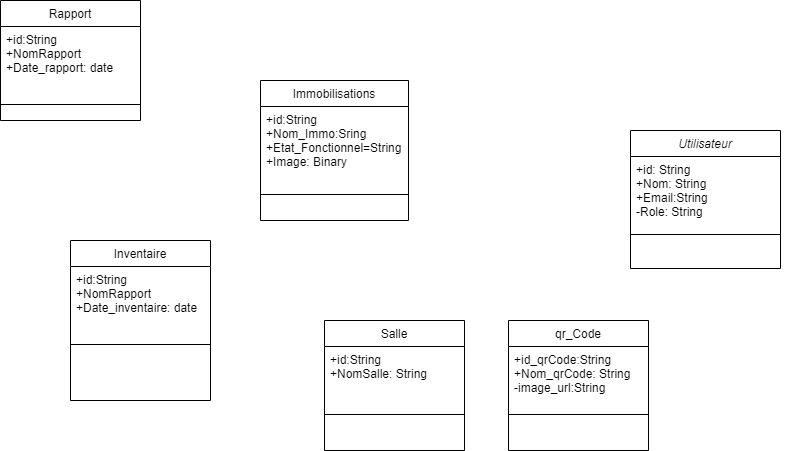
Before: Diagramme de classe1.drawio.png, a diagram exported from draw.io (Joahnne-25/Folder_Diagramme-soutenance). Source tidied: cells renumbered, new cells last; positions are measured from the earlier drawing's top-left corner, leaving out a move shared by most shapes.
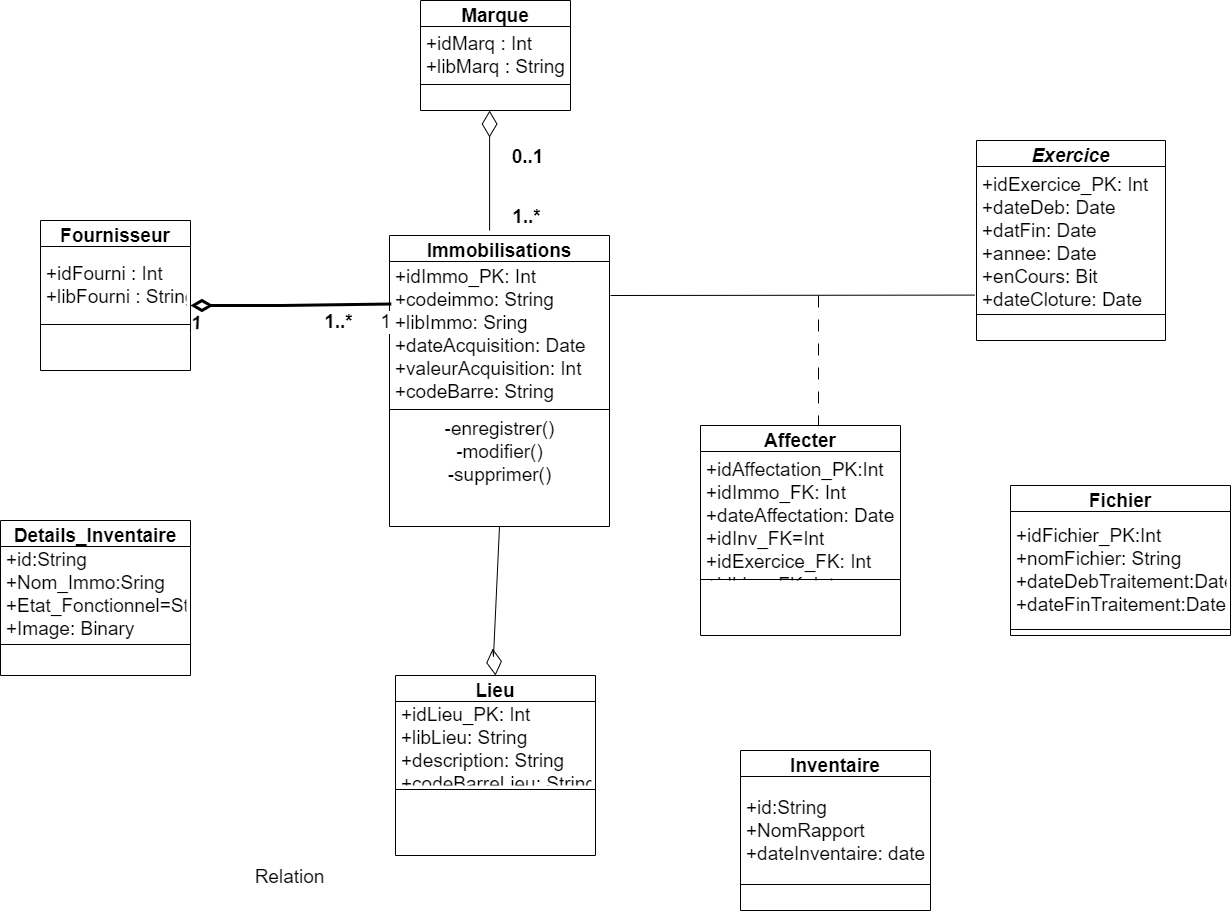
After the commit.

The edit, as a diff of the source:
```diff
@@ -2,62 +2,140 @@
   <root>
     <mxCell id="0" />
     <mxCell id="1" parent="0" />
-    <mxCell id="2" value="Utilisateur" style="swimlane;fontStyle=2;align=center;verticalAlign=top;horizontal=1;startSize=26;rounded=0;shadow=0;strokeWidth=1;" parent="1" vertex="1">
-      <mxGeometry x="630" y="130" width="150" height="138" as="geometry" />
+    <mxCell id="2" value="Exercice" style="swimlane;fontStyle=3;align=center;verticalAlign=middle;horizontal=1;startSize=26;rounded=0;shadow=0;strokeWidth=1;fontSize=19;" parent="1" vertex="1">
+      <mxGeometry x="1126" y="120" width="189" height="200" as="geometry" />
     </mxCell>
-    <mxCell id="3" value="+id: String&#10;+Nom: String&#10;+Email:String&#10;-Role: String" style="text;align=left;verticalAlign=top;spacingLeft=4;spacingRight=4;overflow=hidden;points=[[0,0.5],[1,0.5]];portConstraint=eastwest;" parent="2" vertex="1">
-      <mxGeometry y="26" width="150" height="74" as="geometry" />
+    <mxCell id="3" value="+idExercice_PK: Int&#10;+dateDeb: Date&#10;+datFin: Date&#10;+annee: Date&#10;+enCours: Bit&#10;+dateCloture: Date&#10;" style="text;align=left;verticalAlign=top;spacingLeft=4;spacingRight=4;overflow=hidden;points=[[0,0.5],[1,0.5]];portConstraint=eastwest;fontSize=19;" parent="2" vertex="1">
+      <mxGeometry y="26" width="189" height="144" as="geometry" />
     </mxCell>
+    <mxCell id="5" style="edgeStyle=orthogonalEdgeStyle;rounded=0;orthogonalLoop=1;jettySize=auto;html=1;exitX=1;exitY=0.5;exitDx=0;exitDy=0;fontSize=19;verticalAlign=middle;" parent="2" edge="1" source="3" target="3">
+      <mxGeometry relative="1" as="geometry" />
+    </mxCell>
-    <mxCell id="4" style="line;html=1;strokeWidth=1;align=left;verticalAlign=middle;spacingTop=-1;spacingLeft=3;spacingRight=3;labelPosition=right;" parent="2" vertex="1">
-      <mxGeometry y="100" width="150" height="8" as="geometry" />
+    <mxCell id="4" style="line;html=1;strokeWidth=1;align=left;verticalAlign=middle;spacingTop=-1;spacingLeft=3;spacingRight=3;labelPosition=right;fontSize=19;" parent="2" vertex="1">
+      <mxGeometry y="170" width="189" height="8" as="geometry" />
     </mxCell>
-    <mxCell id="5" style="edgeStyle=orthogonalEdgeStyle;rounded=0;orthogonalLoop=1;jettySize=auto;html=1;exitX=1;exitY=0.5;exitDx=0;exitDy=0;" parent="2" edge="1" source="3" target="3">
-      <mxGeometry relative="1" as="geometry" />
-    </mxCell>
-    <mxCell id="6" value="Rapport" style="swimlane;fontStyle=0;align=center;verticalAlign=top;horizontal=1;startSize=26;rounded=0;shadow=0;strokeWidth=1;" parent="1" vertex="1">
-      <mxGeometry width="140" height="120" as="geometry" />
+    <mxCell id="6" value="Marque" style="swimlane;fontStyle=1;align=center;verticalAlign=middle;horizontal=1;startSize=26;rounded=0;shadow=0;strokeWidth=1;fontSize=19;" parent="1" vertex="1">
+      <mxGeometry x="570" y="-20" width="150" height="110" as="geometry" />
     </mxCell>
-    <mxCell id="7" value="+id:String&#10;+NomRapport&#10;+Date_rapport: date" style="text;align=left;verticalAlign=top;spacingLeft=4;spacingRight=4;overflow=hidden;" parent="6" vertex="1">
-      <mxGeometry y="26" width="140" height="74" as="geometry" />
+    <mxCell id="7" value="+idMarq : Int&#10;+libMarq : String" style="text;align=left;verticalAlign=middle;spacingLeft=4;spacingRight=4;overflow=hidden;fontSize=19;" parent="6" vertex="1">
+      <mxGeometry y="26" width="150" height="54" as="geometry" />
     </mxCell>
-    <mxCell id="8" style="line;html=1;strokeWidth=1;align=left;verticalAlign=middle;spacingTop=-1;spacingLeft=3;spacingRight=3;labelPosition=right;" parent="6" vertex="1">
-      <mxGeometry y="100" width="140" height="8" as="geometry" />
+    <mxCell id="8" style="line;html=1;strokeWidth=1;align=left;verticalAlign=middle;spacingTop=-1;spacingLeft=3;spacingRight=3;labelPosition=right;fontSize=19;" parent="6" vertex="1">
+      <mxGeometry y="80" width="150" height="8" as="geometry" />
     </mxCell>
-    <mxCell id="9" value="Salle" style="swimlane;fontStyle=0;align=center;verticalAlign=top;horizontal=1;startSize=26;rounded=0;shadow=0;strokeWidth=1;" parent="1" vertex="1">
-      <mxGeometry x="324" y="320" width="140" height="130" as="geometry" />
+    <mxCell id="9" value="Lieu" style="swimlane;fontStyle=1;align=center;verticalAlign=middle;horizontal=1;startSize=26;rounded=0;shadow=0;strokeWidth=1;fontSize=19;" parent="1" vertex="1">
+      <mxGeometry x="545" y="655" width="200" height="180" as="geometry" />
     </mxCell>
-    <mxCell id="10" value="+id:String&#10;+NomSalle: String" style="text;align=left;verticalAlign=top;spacingLeft=4;spacingRight=4;overflow=hidden;" parent="9" vertex="1">
-      <mxGeometry y="26" width="140" height="64" as="geometry" />
+    <mxCell id="10" value="+idLieu_PK: Int&#10;+libLieu: String&#10;+description: String&#10;+codeBarreLieu: String" style="text;align=left;verticalAlign=middle;spacingLeft=4;spacingRight=4;overflow=hidden;fontSize=19;" parent="9" vertex="1">
+      <mxGeometry y="26" width="200" height="84" as="geometry" />
     </mxCell>
-    <mxCell id="11" style="line;html=1;strokeWidth=1;align=left;verticalAlign=middle;spacingTop=-1;spacingLeft=3;spacingRight=3;labelPosition=right;" parent="9" vertex="1">
-      <mxGeometry y="90" width="140" height="8" as="geometry" />
+    <mxCell id="11" style="line;html=1;strokeWidth=1;align=left;verticalAlign=middle;spacingTop=-1;spacingLeft=3;spacingRight=3;labelPosition=right;fontSize=19;" parent="9" vertex="1">
+      <mxGeometry y="110" width="200" height="8" as="geometry" />
     </mxCell>
-    <mxCell id="12" value="Immobilisations" style="swimlane;fontStyle=0;align=center;verticalAlign=top;horizontal=1;startSize=26;rounded=0;shadow=0;strokeWidth=1;" parent="1" vertex="1">
-      <mxGeometry x="260" y="80" width="148" height="140" as="geometry" />
+    <mxCell id="12" value="Immobilisations" style="swimlane;fontStyle=1;align=center;verticalAlign=middle;horizontal=1;startSize=26;rounded=0;shadow=0;strokeWidth=1;fontSize=19;" parent="1" vertex="1">
+      <mxGeometry x="539" y="215" width="220" height="291" as="geometry" />
     </mxCell>
-    <mxCell id="13" value="+id:String&#10;+Nom_Immo:Sring&#10;+Etat_Fonctionnel=String&#10;+Image: Binary&#10;&#10;" style="text;align=left;verticalAlign=top;spacingLeft=4;spacingRight=4;overflow=hidden;points=[[0,0.5],[1,0.5]];portConstraint=eastwest;" parent="12" vertex="1">
-      <mxGeometry y="26" width="148" height="84" as="geometry" />
+    <mxCell id="13" value="+idImmo_PK: Int&#10;+codeimmo: String&#10;+libImmo: Sring&#10;+dateAcquisition: Date&#10;+valeurAcquisition: Int&#10;+codeBarre: String&#10;&#10;&#10;" style="text;align=left;verticalAlign=middle;spacingLeft=4;spacingRight=4;overflow=hidden;points=[[0,0.5],[1,0.5]];portConstraint=eastwest;fontSize=19;spacingTop=2;" parent="12" vertex="1">
+      <mxGeometry y="26" width="220" height="144" as="geometry" />
     </mxCell>
-    <mxCell id="14" style="line;html=1;strokeWidth=1;align=left;verticalAlign=middle;spacingTop=-1;spacingLeft=3;spacingRight=3;labelPosition=right;" parent="12" vertex="1">
-      <mxGeometry y="110" width="148" height="8" as="geometry" />
+    <mxCell id="14" style="line;html=1;strokeWidth=1;align=left;verticalAlign=middle;spacingTop=-1;spacingLeft=3;spacingRight=3;labelPosition=right;fontSize=19;" parent="12" vertex="1">
+      <mxGeometry y="170" width="220" height="8" as="geometry" />
     </mxCell>
+    <mxCell id="21" value="&lt;font style=&quot;font-size: 19px;&quot;&gt;-enregistrer()&lt;br style=&quot;font-size: 19px;&quot;&gt;-modifier()&lt;br style=&quot;font-size: 19px;&quot;&gt;-supprimer()&lt;br style=&quot;font-size: 19px;&quot;&gt;&lt;/font&gt;" style="text;html=1;align=center;verticalAlign=middle;strokeColor=none;fillColor=none;fontSize=19;" parent="12" vertex="1">
+      <mxGeometry y="178" width="220" height="78" as="geometry" />
+    </mxCell>
-    <mxCell id="15" value="qr_Code" style="swimlane;fontStyle=0;align=center;verticalAlign=top;horizontal=1;startSize=26;rounded=0;shadow=0;strokeWidth=1;" parent="1" vertex="1">
-      <mxGeometry x="508" y="320" width="140" height="130" as="geometry" />
+    <mxCell id="15" value="Fichier" style="swimlane;fontStyle=1;align=center;verticalAlign=middle;horizontal=1;startSize=26;rounded=0;shadow=0;strokeWidth=1;fontSize=19;" parent="1" vertex="1">
+      <mxGeometry x="1160" y="465" width="220" height="150" as="geometry" />
     </mxCell>
-    <mxCell id="16" value="+id_qrCode:String&#10;+Nom_qrCode: String&#10;-image_url:String" style="text;align=left;verticalAlign=top;spacingLeft=4;spacingRight=4;overflow=hidden;" parent="15" vertex="1">
-      <mxGeometry y="26" width="140" height="64" as="geometry" />
+    <mxCell id="16" value="+idFichier_PK:Int&#10;+nomFichier: String&#10;+dateDebTraitement:Date&#10;+dateFinTraitement:Date" style="text;align=left;verticalAlign=middle;spacingLeft=4;spacingRight=4;overflow=hidden;fontSize=19;" parent="15" vertex="1">
+      <mxGeometry y="26" width="220" height="114" as="geometry" />
     </mxCell>
-    <mxCell id="17" style="line;html=1;strokeWidth=1;align=left;verticalAlign=middle;spacingTop=-1;spacingLeft=3;spacingRight=3;labelPosition=right;" parent="15" vertex="1">
-      <mxGeometry y="90" width="140" height="8" as="geometry" />
+    <mxCell id="17" style="line;html=1;strokeWidth=1;align=left;verticalAlign=middle;spacingTop=-1;spacingLeft=3;spacingRight=3;labelPosition=right;fontSize=19;" parent="15" vertex="1">
+      <mxGeometry y="140" width="220" height="8" as="geometry" />
     </mxCell>
-    <mxCell id="18" value="Inventaire" style="swimlane;fontStyle=0;align=center;verticalAlign=top;horizontal=1;startSize=26;rounded=0;shadow=0;strokeWidth=1;" parent="1" vertex="1">
-      <mxGeometry x="70" y="240" width="140" height="160" as="geometry" />
+    <mxCell id="18" value="Inventaire" style="swimlane;fontStyle=1;align=center;verticalAlign=middle;horizontal=1;startSize=26;rounded=0;shadow=0;strokeWidth=1;fontSize=19;" parent="1" vertex="1">
+      <mxGeometry x="890" y="730" width="190" height="160" as="geometry" />
     </mxCell>
-    <mxCell id="19" value="+id:String&#10;+NomRapport&#10;+Date_inventaire: date" style="text;align=left;verticalAlign=top;spacingLeft=4;spacingRight=4;overflow=hidden;" parent="18" vertex="1">
-      <mxGeometry y="26" width="140" height="74" as="geometry" />
+    <mxCell id="19" value="+id:String&#10;+NomRapport&#10;+dateInventaire: date" style="text;align=left;verticalAlign=middle;spacingLeft=4;spacingRight=4;overflow=hidden;fontSize=19;" parent="18" vertex="1">
+      <mxGeometry y="26" width="190" height="104" as="geometry" />
     </mxCell>
-    <mxCell id="20" style="line;html=1;strokeWidth=1;align=left;verticalAlign=middle;spacingTop=-1;spacingLeft=3;spacingRight=3;labelPosition=right;" parent="18" vertex="1">
-      <mxGeometry y="100" width="140" height="8" as="geometry" />
+    <mxCell id="20" style="line;html=1;strokeWidth=1;align=left;verticalAlign=middle;spacingTop=-1;spacingLeft=3;spacingRight=3;labelPosition=right;fontSize=19;" parent="18" vertex="1">
+      <mxGeometry y="130" width="190" height="8" as="geometry" />
     </mxCell>
+    <mxCell id="22" value="Details_Inventaire" style="swimlane;fontStyle=1;align=center;verticalAlign=middle;horizontal=1;startSize=26;rounded=0;shadow=0;strokeWidth=1;fontSize=19;" parent="1" vertex="1">
+      <mxGeometry x="150" y="500" width="190" height="155" as="geometry" />
+    </mxCell>
+    <mxCell id="23" value="+id:String&#10;+Nom_Immo:Sring&#10;+Etat_Fonctionnel=String&#10;+Image: Binary&#10;&#10;" style="text;align=left;verticalAlign=middle;spacingLeft=4;spacingRight=4;overflow=hidden;fontSize=19;" parent="22" vertex="1">
+      <mxGeometry y="26" width="190" height="94" as="geometry" />
+    </mxCell>
+    <mxCell id="24" style="line;html=1;strokeWidth=1;align=left;verticalAlign=middle;spacingTop=-1;spacingLeft=3;spacingRight=3;labelPosition=right;fontSize=19;" parent="22" vertex="1">
+      <mxGeometry y="120" width="190" height="8" as="geometry" />
+    </mxCell>
+    <mxCell id="25" value="Affecter" style="swimlane;fontStyle=1;align=center;verticalAlign=middle;horizontal=1;startSize=26;rounded=0;shadow=0;strokeWidth=1;fontSize=19;" parent="1" vertex="1">
+      <mxGeometry x="850" y="405" width="200" height="210" as="geometry" />
+    </mxCell>
+    <mxCell id="26" value="+idAffectation_PK:Int&#10;+idImmo_FK: Int&#10;+dateAffectation: Date&#10;+idInv_FK=Int&#10;+idExercice_FK: Int&#10;+idLieu_FK: Int&#10;&#10;&#10;" style="text;align=left;verticalAlign=top;spacingLeft=4;spacingRight=4;overflow=hidden;fontSize=19;" parent="25" vertex="1">
+      <mxGeometry y="26" width="200" height="124" as="geometry" />
+    </mxCell>
+    <mxCell id="27" style="line;html=1;strokeWidth=1;align=left;verticalAlign=middle;spacingTop=-1;spacingLeft=3;spacingRight=3;labelPosition=right;fontSize=19;" parent="25" vertex="1">
+      <mxGeometry y="150" width="200" height="8" as="geometry" />
+    </mxCell>
+    <mxCell id="28" value="Fournisseur" style="swimlane;fontStyle=1;align=center;verticalAlign=middle;horizontal=1;startSize=26;rounded=0;shadow=0;strokeWidth=1;fontSize=19;" parent="1" vertex="1">
+      <mxGeometry x="190" y="200" width="150" height="150" as="geometry" />
+    </mxCell>
+    <mxCell id="29" value="+idFourni : Int&#10;+libFourni : String" style="text;align=left;verticalAlign=middle;spacingLeft=4;spacingRight=4;overflow=hidden;fontSize=19;" parent="28" vertex="1">
+      <mxGeometry y="26" width="150" height="74" as="geometry" />
+    </mxCell>
+    <mxCell id="30" style="line;html=1;strokeWidth=1;align=left;verticalAlign=middle;spacingTop=-1;spacingLeft=3;spacingRight=3;labelPosition=right;fontSize=19;" parent="28" vertex="1">
+      <mxGeometry y="100" width="150" height="8" as="geometry" />
+    </mxCell>
+    <mxCell id="31" style="endArrow=diamondThin;endFill=0;endSize=24;html=1;rounded=0;horizontal=1;strokeColor=#000000;fontSize=19;fontStyle=1;" parent="1" edge="1">
+      <mxGeometry relative="1" as="geometry">
+        <mxPoint x="639.1" y="210" as="sourcePoint" />
+        <mxPoint x="639.1" y="90" as="targetPoint" />
+      </mxGeometry>
+    </mxCell>
+    <mxCell id="32" style="endArrow=diamondThin;endFill=0;endSize=24;html=1;rounded=0;entryX=0.5;entryY=0;entryDx=0;entryDy=0;exitX=0.5;exitY=1;exitDx=0;exitDy=0;strokeColor=#000000;fontSize=19;" parent="1" edge="1" source="12" target="9">
+      <mxGeometry relative="1" as="geometry">
+        <Array as="points">
+          <mxPoint x="643" y="636" />
+        </Array>
+      </mxGeometry>
+    </mxCell>
+    <mxCell id="33" value="Relation" style="endArrow=none;html=1;endSize=12;startArrow=diamondThin;startSize=14;startFill=0;edgeStyle=orthogonalEdgeStyle;rounded=0;entryX=0.008;entryY=0.296;entryDx=0;entryDy=0;entryPerimeter=0;endFill=0;strokeWidth=3;fontSize=19;" parent="1" edge="1" target="13">
+      <mxGeometry x="-0.08" y="-572" relative="1" as="geometry">
+        <mxPoint x="340" y="285" as="sourcePoint" />
+        <Array as="points">
+          <mxPoint x="431" y="284" />
+        </Array>
+        <mxPoint x="-1" as="offset" />
+      </mxGeometry>
+    </mxCell>
+    <mxCell id="34" value="&lt;font style=&quot;font-size: 19px;&quot;&gt;1&amp;nbsp;&lt;/font&gt;" style="edgeLabel;html=1;align=left;verticalAlign=top;rotation=3;fontSize=19;fontStyle=1;" parent="33" vertex="1">
+      <mxGeometry x="-1" relative="1" as="geometry" />
+    </mxCell>
+    <mxCell id="35" value="1" style="edgeLabel;html=1;align=right;verticalAlign=top;fontSize=19;" parent="33" vertex="1">
+      <mxGeometry x="1" relative="1" as="geometry" />
+    </mxCell>
+    <mxCell id="36" value="&lt;font style=&quot;font-size: 19px;&quot;&gt;&lt;b style=&quot;font-size: 19px;&quot;&gt;1..*&lt;/b&gt;&lt;/font&gt;" style="text;html=1;align=center;verticalAlign=middle;strokeColor=none;fillColor=none;fontSize=19;" parent="1" vertex="1">
+      <mxGeometry x="462" y="282" width="52" height="39" as="geometry" />
+    </mxCell>
+    <mxCell id="37" value="&lt;b style=&quot;border-color: var(--border-color); font-size: 19px;&quot;&gt;&lt;font style=&quot;border-color: var(--border-color); font-size: 19px;&quot;&gt;1..*&lt;/font&gt;&lt;/b&gt;" style="text;html=1;align=center;verticalAlign=middle;strokeColor=none;fillColor=none;fontSize=19;" parent="1" vertex="1">
+      <mxGeometry x="650" y="177" width="52" height="39" as="geometry" />
+    </mxCell>
+    <mxCell id="38" value="&lt;b style=&quot;font-size: 19px;&quot;&gt;&lt;font style=&quot;font-size: 19px;&quot;&gt;0..1&lt;/font&gt;&lt;/b&gt;" style="text;html=1;align=center;verticalAlign=middle;strokeColor=none;fillColor=none;fontSize=19;" parent="1" vertex="1">
+      <mxGeometry x="644" y="117" width="65" height="39" as="geometry" />
+    </mxCell>
+    <mxCell id="39" style="endArrow=none;endFill=0;endSize=12;html=1;rounded=0;entryX=-0.01;entryY=0.893;entryDx=0;entryDy=0;entryPerimeter=0;fontSize=19;" parent="1" edge="1" target="3">
+      <mxGeometry relative="1" as="geometry">
+        <mxPoint x="760" y="275" as="sourcePoint" />
+      </mxGeometry>
+    </mxCell>
+    <mxCell id="40" style="endArrow=none;endFill=0;endSize=12;html=1;rounded=0;strokeColor=default;jumpStyle=gap;dashed=1;dashPattern=12 12;fontSize=19;" parent="1" edge="1">
+      <mxGeometry relative="1" as="geometry">
+        <mxPoint x="968" y="275" as="sourcePoint" />
+        <mxPoint x="968" y="405" as="targetPoint" />
+      </mxGeometry>
+    </mxCell>
   </root>
 </mxGraphModel>
```
